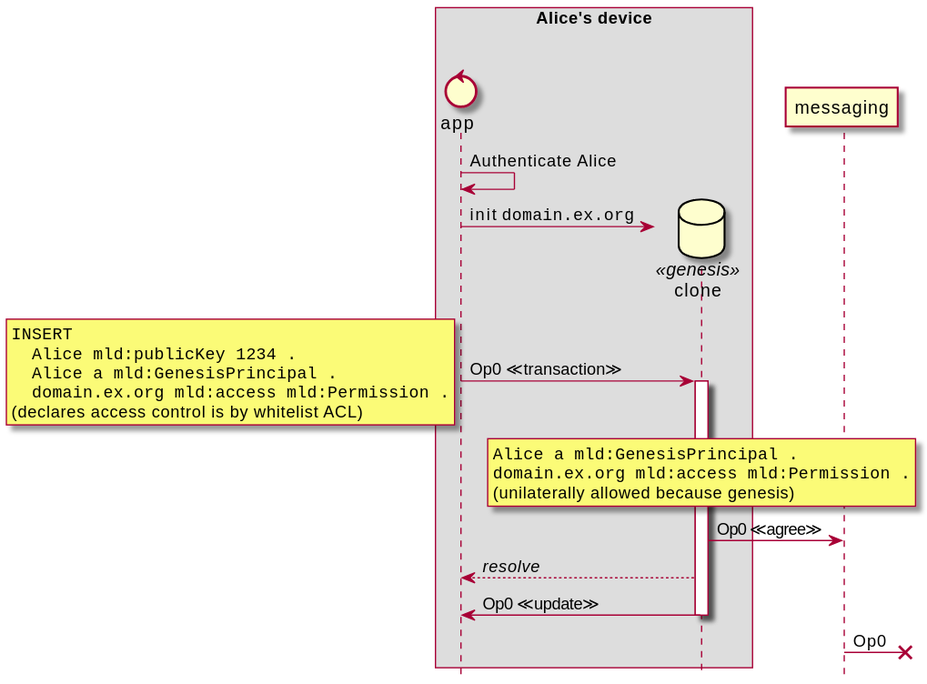
Above: design/img/1-genesis-alice.seq.svg in m-ld/m-ld-security-spec (PlantUML), before the change. Source of this version:
```plantuml
@startuml
hide footbox

box Alice's device
control "app" as proc1
database "clone" as genesis << genesis >>
end box

proc1 -> proc1: Authenticate Alice
proc1 -> genesis **: init ""domain.ex.org""

proc1 -> genesis ++: Op0 ≪transaction≫
rnote left
<code>
INSERT
  Alice mld:publicKey 1234 .
  Alice a mld:GenesisPrincipal .
  domain.ex.org mld:access mld:Permission .
</code>
(declares access control is by whitelist ACL)
end note

rnote over genesis
<code>
Alice a mld:GenesisPrincipal .
domain.ex.org mld:access mld:Permission .
</code>
(unilaterally allowed because genesis)
end note

genesis -> messaging: Op0 ≪agree≫
genesis --> proc1: //resolve//
genesis -> proc1 --: Op0 ≪update≫
messaging ->x] : Op0

@enduml
```
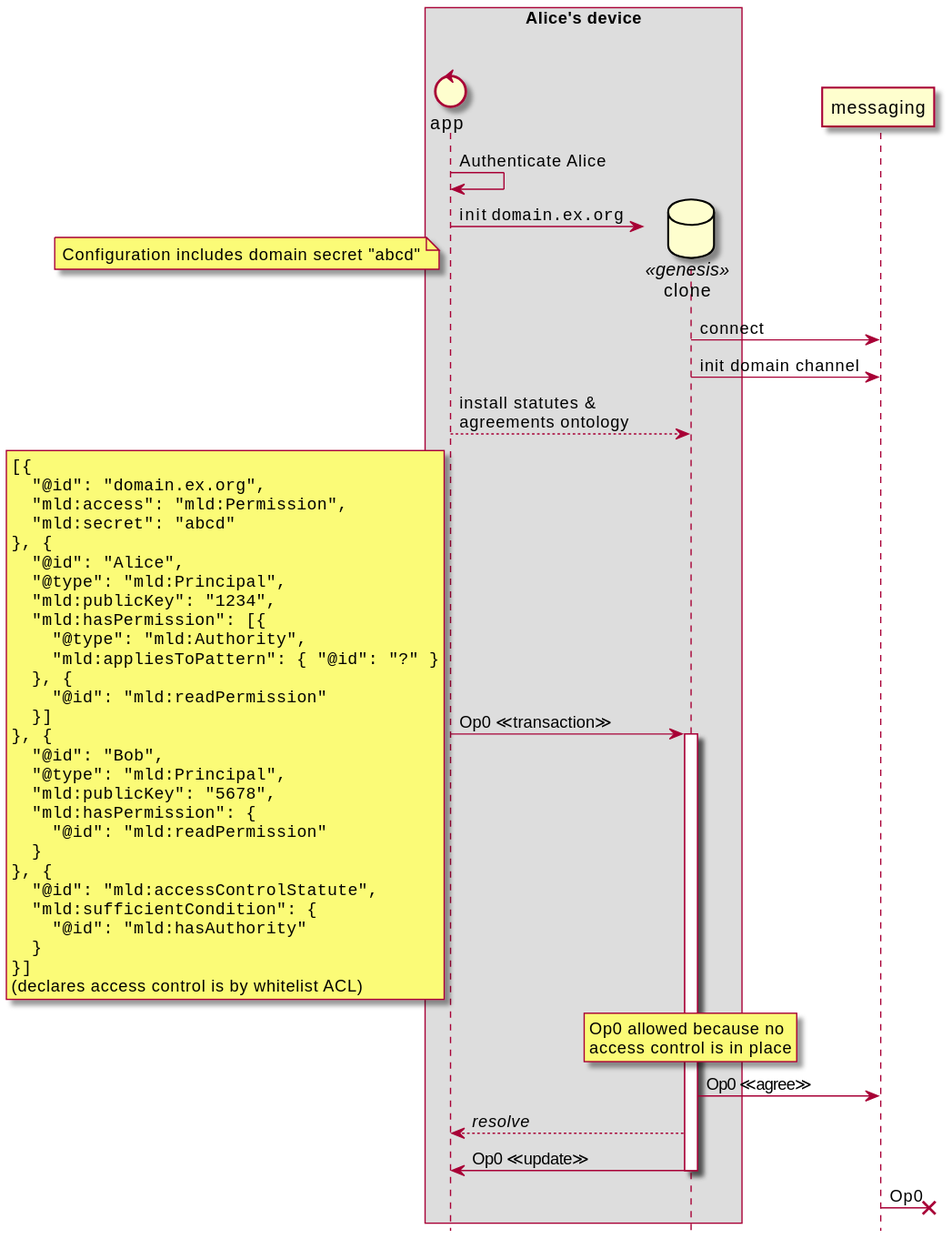
Above is the later version.

The edit, as a diff of the source:
```diff
@@ -8,24 +8,51 @@
 
 proc1 -> proc1: Authenticate Alice
 proc1 -> genesis **: init ""domain.ex.org""
+note left
+Configuration includes domain secret "abcd"
+end note
+genesis -> messaging : connect
+genesis -> messaging : init domain channel
+
+proc1 --> genesis: install statutes &\nagreements ontology
 
 proc1 -> genesis ++: Op0 ≪transaction≫
 rnote left
 <code>
-INSERT
-  Alice mld:publicKey 1234 .
-  Alice a mld:GenesisPrincipal .
-  domain.ex.org mld:access mld:Permission .
+[{
+  "@id": "domain.ex.org",
+  "mld:access": "mld:Permission",
+  "mld:secret": "abcd"
+}, {
+  "@id": "Alice",
+  "@type": "mld:Principal",
+  "mld:publicKey": "1234",
+  "mld:hasPermission": [{
+    "@type": "mld:Authority",
+    "mld:appliesToPattern": { "@id": "?" }
+  }, {
+    "@id": "mld:readPermission"
+  }]
+}, {
+  "@id": "Bob",
+  "@type": "mld:Principal",
+  "mld:publicKey": "5678",
+  "mld:hasPermission": {
+    "@id": "mld:readPermission"
+  }
+}, {
+  "@id": "mld:accessControlStatute",
+  "mld:sufficientCondition": {
+    "@id": "mld:hasAuthority"
+  }
+}]
 </code>
 (declares access control is by whitelist ACL)
 end note
 
 rnote over genesis
-<code>
-Alice a mld:GenesisPrincipal .
-domain.ex.org mld:access mld:Permission .
-</code>
-(unilaterally allowed because genesis)
+Op0 allowed because no
+access control is in place
 end note
 
 genesis -> messaging: Op0 ≪agree≫
```
